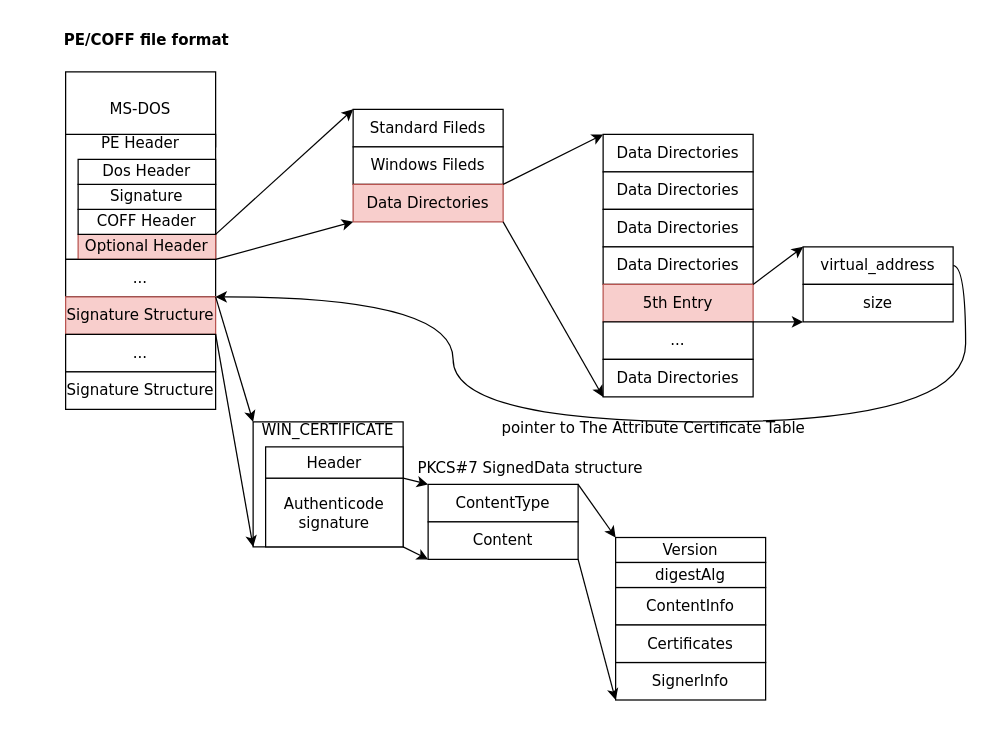
Above: signatrust.drawio in pkking/mydrawio (draw.io), before the change. Source tidied: cells renumbered, new cells numbered last; positions are measured from the earlier drawing's top-left corner, leaving out a move shared by most shapes. Both pictures are drawn from the tidied source at 125%, with x=0, y=0 at pixel (21, 21).
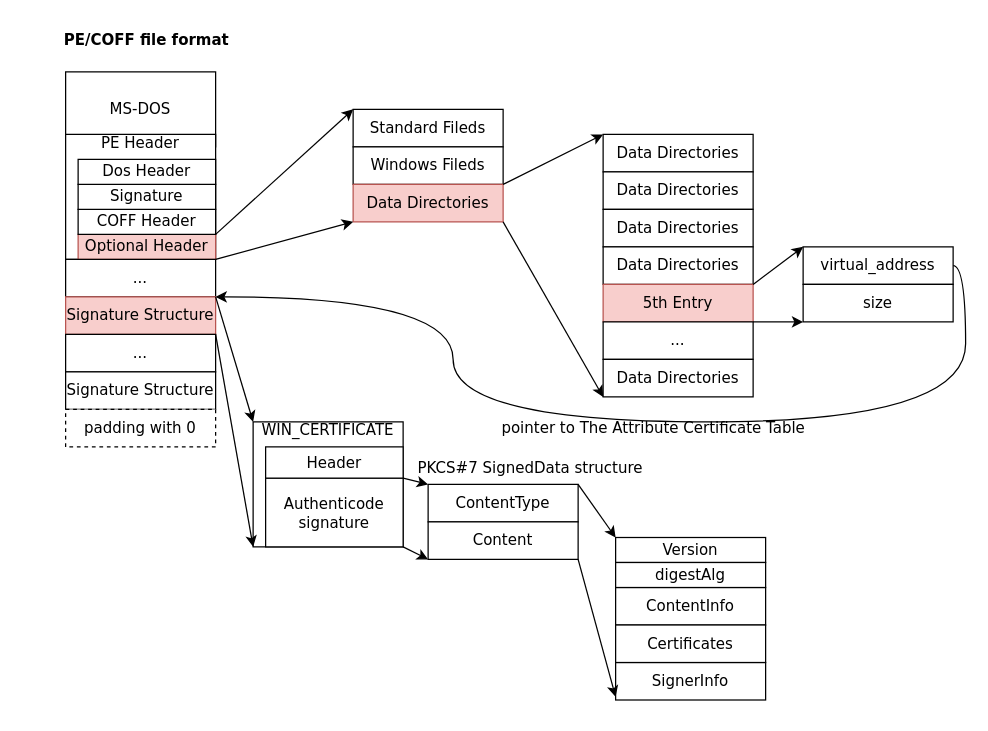
Above is the later version.

The change refers to these unchanged cells:
```xml
<mxCell id="39" value="SignerInfo" style="rounded=0;whiteSpace=wrap;html=1;fontFamily=Verdana;" parent="1" vertex="1">
  <mxGeometry x="475" y="512.5" width="120" height="30" as="geometry" />
</mxCell>
```

Diff of the diagram source:
```diff
@@
-    <mxCell id="49" style="endArrow=classic;html=1;rounded=0;entryX=0;entryY=1;entryDx=0;entryDy=0;fontFamily=Verdana;" parent="1" edge="1" target="39">
+    <mxCell id="49" style="endArrow=classic;html=1;rounded=0;fontFamily=Verdana;" parent="1" edge="1">
       <mxGeometry relative="1" as="geometry">
         <mxPoint x="445" y="430" as="sourcePoint" />
+        <mxPoint x="475" y="540" as="targetPoint" />
       </mxGeometry>
     </mxCell>
+    <mxCell id="50" value="padding with 0" style="rounded=0;whiteSpace=wrap;html=1;fontFamily=Verdana;dashed=1;" parent="1" vertex="1">
+      <mxGeometry x="35" y="310" width="120" height="30" as="geometry" />
+    </mxCell>
```
